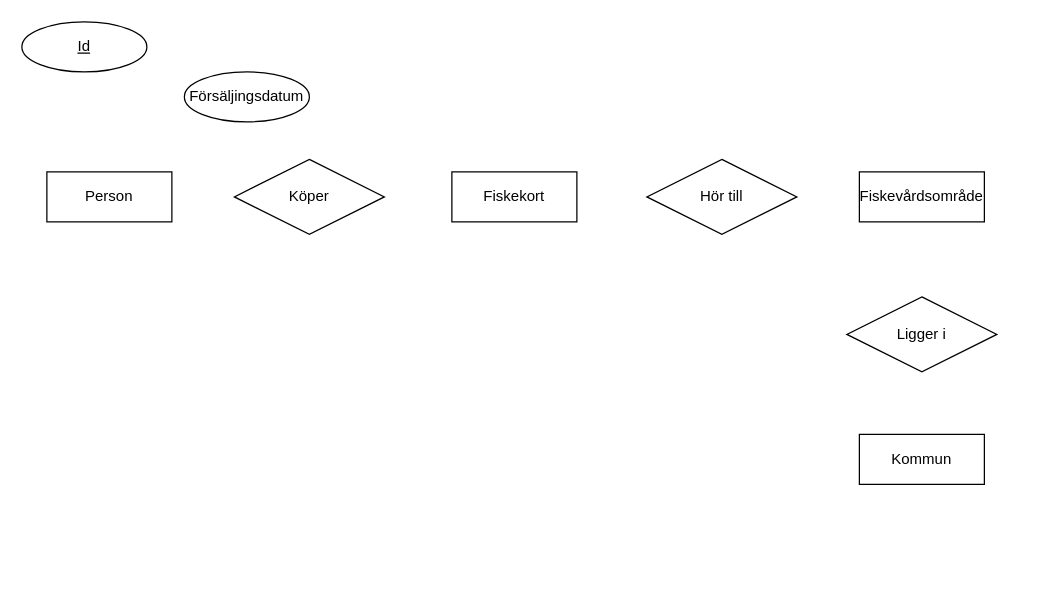
Earlier version of the draw.io diagram Fiskevard.drawio (Ingelisun/ERmodels). Source tidied: cells renumbered, new cells numbered last; positions are measured from the earlier drawing's top-left corner, leaving out a move shared by most shapes. Both pictures are drawn from the tidied source at 125%, with x=0, y=0 at pixel (21, 21).
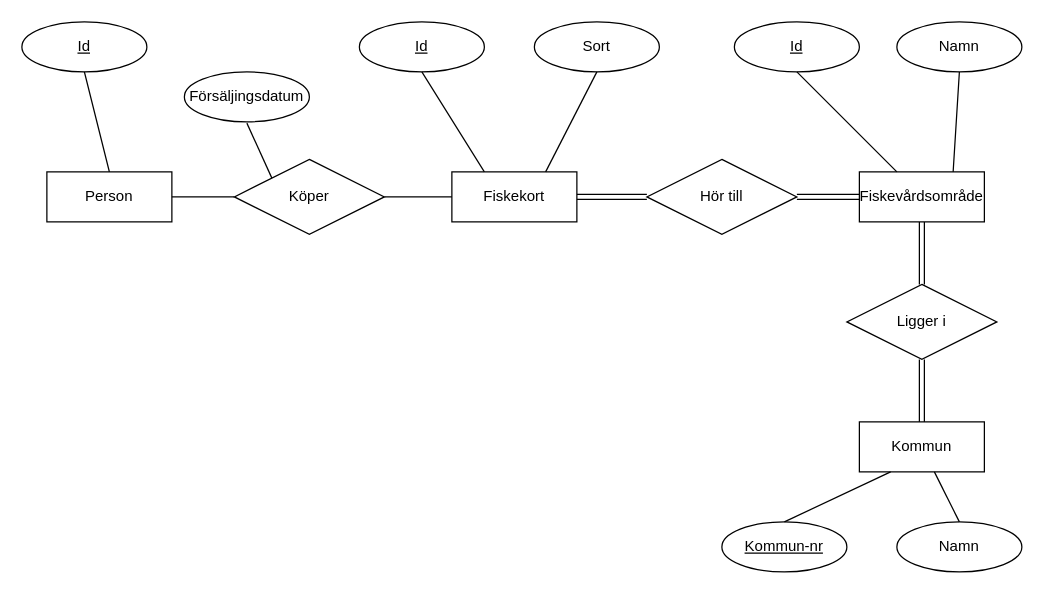
The same diagram, later.

Unchanged cells that the change refers to:
```xml
<mxCell id="2" value="Person" style="whiteSpace=wrap;html=1;align=center;" parent="1" vertex="1">
  <mxGeometry x="20" y="120" width="100" height="40" as="geometry" />
</mxCell>
<mxCell id="3" value="Köper" style="shape=rhombus;perimeter=rhombusPerimeter;whiteSpace=wrap;html=1;align=center;" parent="1" vertex="1">
  <mxGeometry x="170" y="110" width="120" height="60" as="geometry" />
</mxCell>
<mxCell id="4" value="Fiskekort" style="whiteSpace=wrap;html=1;align=center;" parent="1" vertex="1">
  <mxGeometry x="344" y="120" width="100" height="40" as="geometry" />
</mxCell>
<mxCell id="5" value="Fiskevårdsområde" style="whiteSpace=wrap;html=1;align=center;" parent="1" vertex="1">
  <mxGeometry x="670" y="120" width="100" height="40" as="geometry" />
</mxCell>
<mxCell id="6" value="Hör till" style="shape=rhombus;perimeter=rhombusPerimeter;whiteSpace=wrap;html=1;align=center;" parent="1" vertex="1">
  <mxGeometry x="500" y="110" width="120" height="60" as="geometry" />
</mxCell>
<mxCell id="9" value="Id" style="ellipse;whiteSpace=wrap;html=1;align=center;fontStyle=4;" parent="1" vertex="1">
  <mxGeometry width="100" height="40" as="geometry" />
</mxCell>
```

Diff of the diagram source:
```diff
@@
+    <mxCell id="11" style="edgeStyle=orthogonalEdgeStyle;shape=link;rounded=0;jettySize=auto;html=1;" parent="1" edge="1" source="6" target="4">
+      <mxGeometry relative="1" as="geometry" />
+    </mxCell>
+    <mxCell id="12" style="edgeStyle=orthogonalEdgeStyle;shape=link;rounded=0;jettySize=auto;html=1;" parent="1" edge="1" source="6" target="5">
+      <mxGeometry relative="1" as="geometry" />
+    </mxCell>
@@
+    <mxCell id="13" style="edgeStyle=orthogonalEdgeStyle;shape=link;rounded=0;jettySize=auto;html=1;" parent="1" edge="1" source="7" target="8">
+      <mxGeometry relative="1" as="geometry" />
+    </mxCell>
     <mxCell id="7" value="Kommun" style="whiteSpace=wrap;html=1;align=center;" parent="1" vertex="1">
-      <mxGeometry x="670" y="330" width="100" height="40" as="geometry" />
+      <mxGeometry x="670" y="320" width="100" height="40" as="geometry" />
     </mxCell>
+    <mxCell id="14" style="edgeStyle=orthogonalEdgeStyle;shape=link;rounded=0;jettySize=auto;html=1;" parent="1" edge="1" source="8" target="5">
+      <mxGeometry relative="1" as="geometry" />
+    </mxCell>
     <mxCell id="8" value="Ligger i" style="shape=rhombus;perimeter=rhombusPerimeter;whiteSpace=wrap;html=1;align=center;" parent="1" vertex="1">
-      <mxGeometry x="660" y="220" width="120" height="60" as="geometry" />
+      <mxGeometry x="660" y="210" width="120" height="60" as="geometry" />
     </mxCell>
@@
+    <mxCell id="15" value="Sort" style="ellipse;whiteSpace=wrap;html=1;align=center;" parent="1" vertex="1">
+      <mxGeometry x="410" width="100" height="40" as="geometry" />
+    </mxCell>
+    <mxCell id="16" value="Id" style="ellipse;whiteSpace=wrap;html=1;align=center;fontStyle=4;" parent="1" vertex="1">
+      <mxGeometry x="270" width="100" height="40" as="geometry" />
+    </mxCell>
+    <mxCell id="17" value="Namn" style="ellipse;whiteSpace=wrap;html=1;align=center;" parent="1" vertex="1">
+      <mxGeometry x="700" y="400" width="100" height="40" as="geometry" />
+    </mxCell>
+    <mxCell id="18" value="Kommun-nr" style="ellipse;whiteSpace=wrap;html=1;align=center;fontStyle=4;" parent="1" vertex="1">
+      <mxGeometry x="560" y="400" width="100" height="40" as="geometry" />
+    </mxCell>
+    <mxCell id="19" value="Id" style="ellipse;whiteSpace=wrap;html=1;align=center;fontStyle=4;" parent="1" vertex="1">
+      <mxGeometry x="570" width="100" height="40" as="geometry" />
+    </mxCell>
+    <mxCell id="20" value="Namn" style="ellipse;whiteSpace=wrap;html=1;align=center;" parent="1" vertex="1">
+      <mxGeometry x="700" width="100" height="40" as="geometry" />
+    </mxCell>
+    <mxCell id="21" style="endArrow=none;html=1;rounded=0;exitX=1;exitY=0.5;exitDx=0;exitDy=0;entryX=0;entryY=0.5;entryDx=0;entryDy=0;" parent="1" edge="1" source="2" target="3">
+      <mxGeometry relative="1" as="geometry" />
+    </mxCell>
+    <mxCell id="22" style="endArrow=none;html=1;rounded=0;exitX=1;exitY=0.5;exitDx=0;exitDy=0;entryX=0;entryY=0.5;entryDx=0;entryDy=0;" parent="1" edge="1" source="3" target="4">
+      <mxGeometry relative="1" as="geometry" />
+    </mxCell>
+    <mxCell id="23" style="endArrow=none;html=1;rounded=0;exitX=0.5;exitY=1;exitDx=0;exitDy=0;entryX=0.5;entryY=0;entryDx=0;entryDy=0;" parent="1" edge="1" source="9" target="2">
+      <mxGeometry relative="1" as="geometry" />
+    </mxCell>
+    <mxCell id="24" style="endArrow=none;html=1;rounded=0;entryX=0;entryY=0;entryDx=0;entryDy=0;" parent="1" edge="1" target="3">
+      <mxGeometry relative="1" as="geometry">
+        <mxPoint x="180" y="81" as="sourcePoint" />
+      </mxGeometry>
+    </mxCell>
+    <mxCell id="25" style="endArrow=none;html=1;rounded=0;exitX=0.5;exitY=1;exitDx=0;exitDy=0;" parent="1" edge="1" source="16">
+      <mxGeometry relative="1" as="geometry">
+        <mxPoint x="370" y="120" as="targetPoint" />
+      </mxGeometry>
+    </mxCell>
+    <mxCell id="26" style="endArrow=none;html=1;rounded=0;entryX=0.5;entryY=1;entryDx=0;entryDy=0;exitX=0.75;exitY=0;exitDx=0;exitDy=0;" parent="1" edge="1" source="4" target="15">
+      <mxGeometry relative="1" as="geometry" />
+    </mxCell>
+    <mxCell id="27" style="endArrow=none;html=1;rounded=0;entryX=0.5;entryY=1;entryDx=0;entryDy=0;" parent="1" edge="1" target="19">
+      <mxGeometry relative="1" as="geometry">
+        <mxPoint x="700" y="120" as="sourcePoint" />
+      </mxGeometry>
+    </mxCell>
+    <mxCell id="28" style="endArrow=none;html=1;rounded=0;entryX=0.25;entryY=1;entryDx=0;entryDy=0;exitX=0.5;exitY=0;exitDx=0;exitDy=0;" parent="1" edge="1" source="18" target="7">
+      <mxGeometry relative="1" as="geometry" />
+    </mxCell>
+    <mxCell id="29" style="endArrow=none;html=1;rounded=0;entryX=0.5;entryY=0;entryDx=0;entryDy=0;" parent="1" edge="1" source="7" target="17">
+      <mxGeometry relative="1" as="geometry" />
+    </mxCell>
+    <mxCell id="30" style="endArrow=none;html=1;rounded=0;entryX=0.5;entryY=1;entryDx=0;entryDy=0;exitX=0.75;exitY=0;exitDx=0;exitDy=0;" parent="1" edge="1" source="5" target="20">
+      <mxGeometry relative="1" as="geometry" />
+    </mxCell>
```
